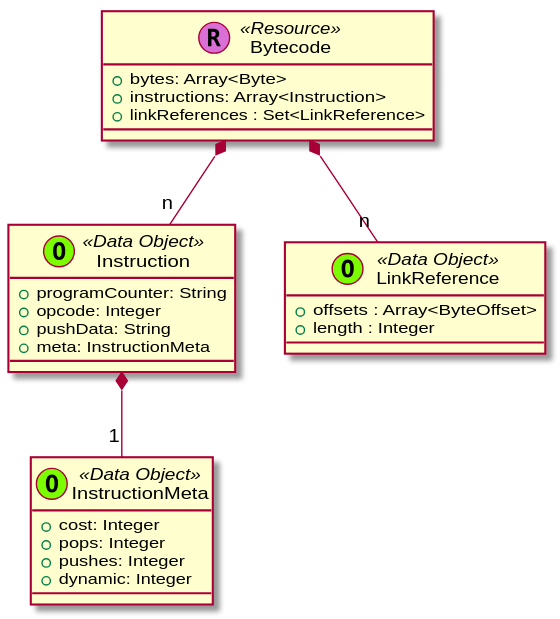
The PlantUML diagram contrib/trufflesuite/data-model/_images/plantuml-3030979cf5af8099bf1497550e31ba3fb183ec06.svg in trufflesuite/artifact-updates, before a commit.
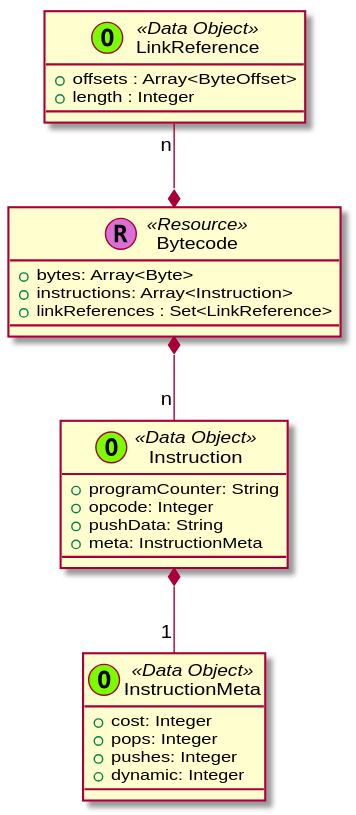
After the change.

Diff of the diagram source:
```diff
@@ -3,28 +3,33 @@
 
 
 
-class Bytecode << (R,orchid) Resource >> {
-  + bytes: Array<Byte>
-  + instructions: Array<Instruction>
-  + linkReferences : Set<LinkReference>
-}
 
-class Instruction << (O,lawngreen) Data Object >> {
-  + programCounter: String
-  + opcode: Integer
-  + pushData: String
-  + meta: InstructionMeta
-}
 
-class InstructionMeta << (O,lawngreen) Data Object >> {
-  + cost: Integer
-  + pops: Integer
-  + pushes: Integer
-  + dynamic: Integer
-}
 
-Instruction *-- "1" InstructionMeta
-Bytecode *-- "n" Instruction
+
+
+  class Bytecode << (R,orchid) Resource >> {
+    + bytes: Array<Byte>
+    + instructions: Array<Instruction>
+    + linkReferences : Set<LinkReference>
+  }
+
+  class Instruction << (O,lawngreen) Data Object >> {
+    + programCounter: String
+    + opcode: Integer
+    + pushData: String
+    + meta: InstructionMeta
+  }
+
+  class InstructionMeta << (O,lawngreen) Data Object >> {
+    + cost: Integer
+    + pops: Integer
+    + pushes: Integer
+    + dynamic: Integer
+  }
+
+  Instruction *-- "1" InstructionMeta
+  Bytecode *-- "n" Instruction
 
 
 
@@ -40,23 +45,21 @@
 
 
 
-class LinkReference << (O,lawngreen) Data Object >> {
-  + offsets : Array<ByteOffset>
-  + length : Integer
-}
+
+  class LinkReference << (O,lawngreen) Data Object >> {
+    + offsets : Array<ByteOffset>
+    + length : Integer
+  }
 
 
 
 
 
 
-Bytecode *-- "n" LinkReference
 
 
 
-
-
-
+  LinkReference "n" --* Bytecode
 
 
 
```
